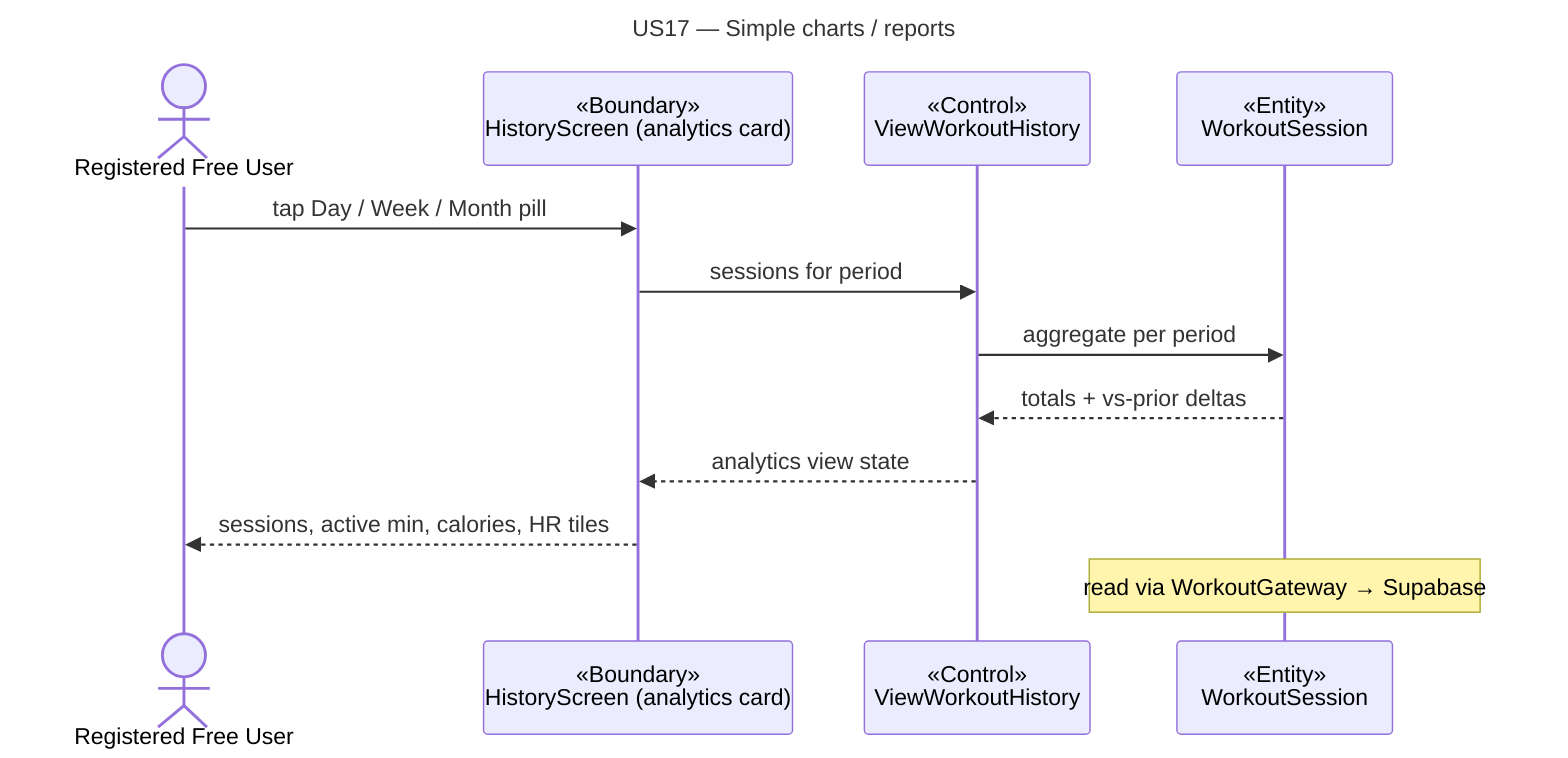
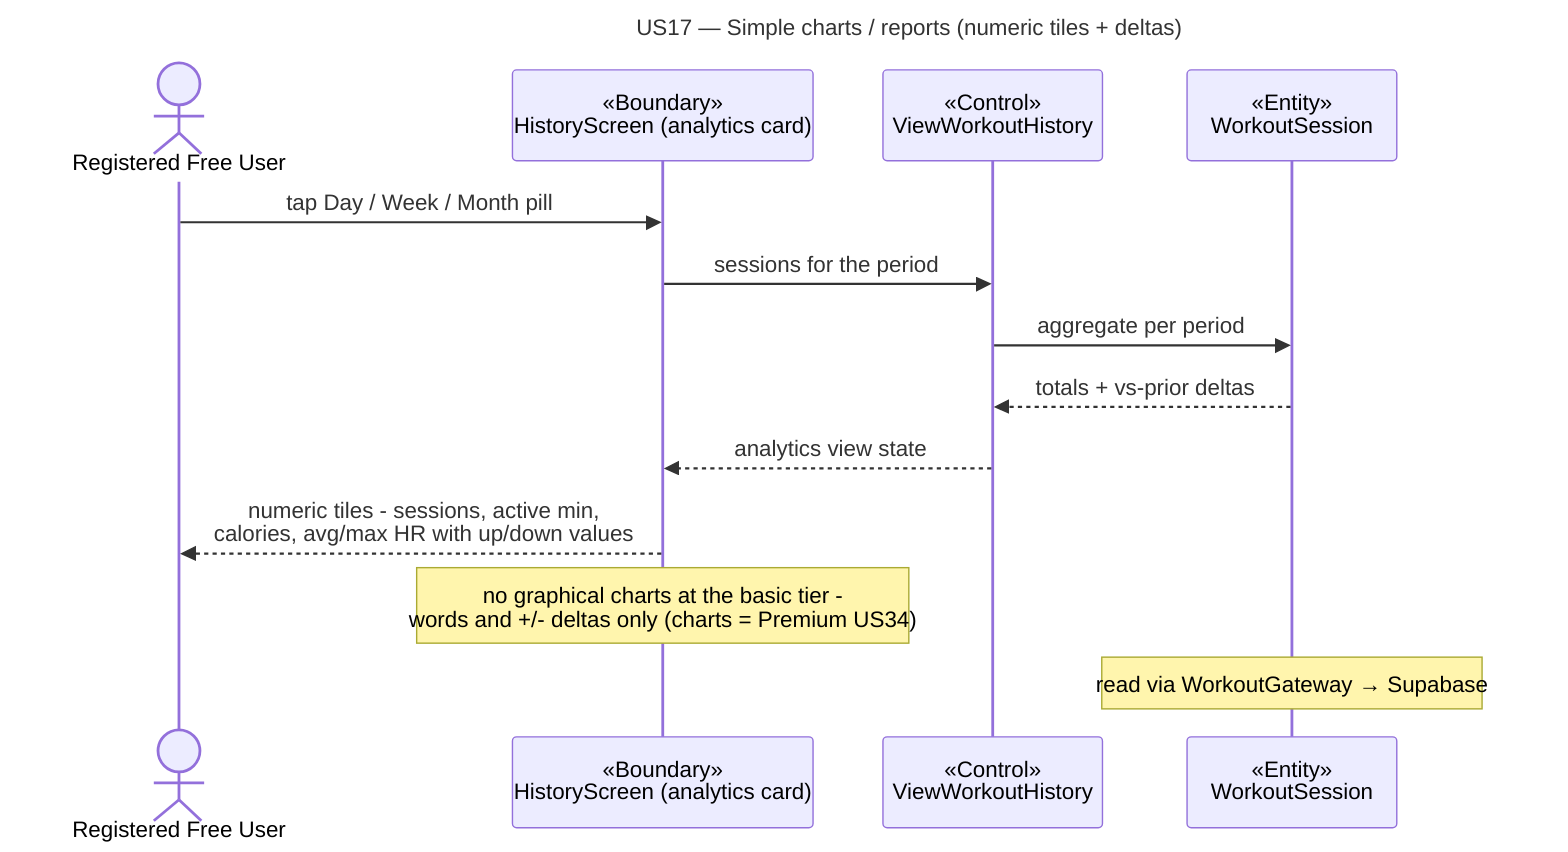
---
- title: "US17 — Simple charts / reports"
+ title: "US17 — Simple charts / reports (numeric tiles + deltas)"
---
sequenceDiagram
  actor A as Registered Free User
  participant B as «Boundary»<br/>HistoryScreen (analytics card)
  participant C as «Control»<br/>ViewWorkoutHistory
  participant E as «Entity»<br/>WorkoutSession
  A->>B: tap Day / Week / Month pill
-   B->>C: sessions for period
+   B->>C: sessions for the period
  C->>E: aggregate per period
  E-->>C: totals + vs-prior deltas
  C-->>B: analytics view state
-   B-->>A: sessions, active min, calories, HR tiles
+   B-->>A: numeric tiles - sessions, active min,<br/>calories, avg/max HR with up/down values
+   note over B: no graphical charts at the basic tier -<br/>words and +/- deltas only (charts = Premium US34)
  note over E: read via WorkoutGateway → Supabase
